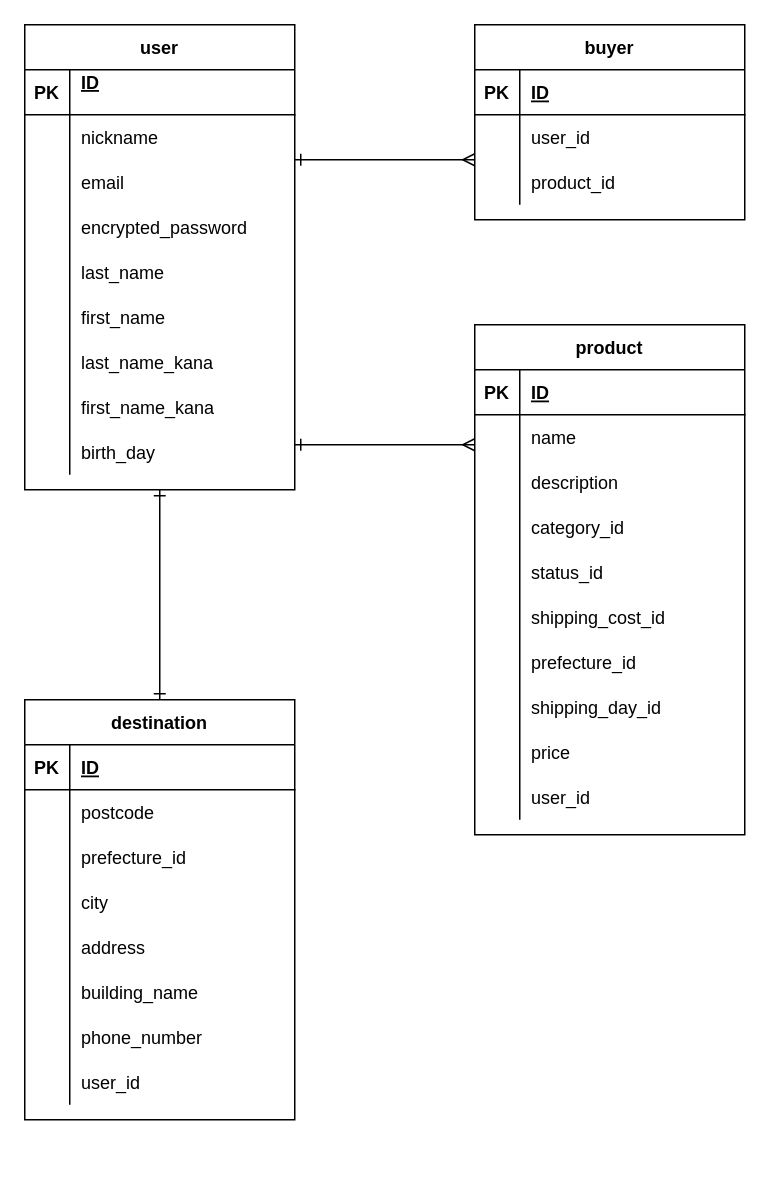
Before: app/furima.dio in grimstash420/furima-32864, a draw.io diagram. Source tidied: cells renumbered, new cells numbered last; positions are measured from the earlier drawing's top-left corner, leaving out a move shared by most shapes. Both pictures are drawn from the tidied source at 150%, with x=0, y=0 at pixel (24, 24).
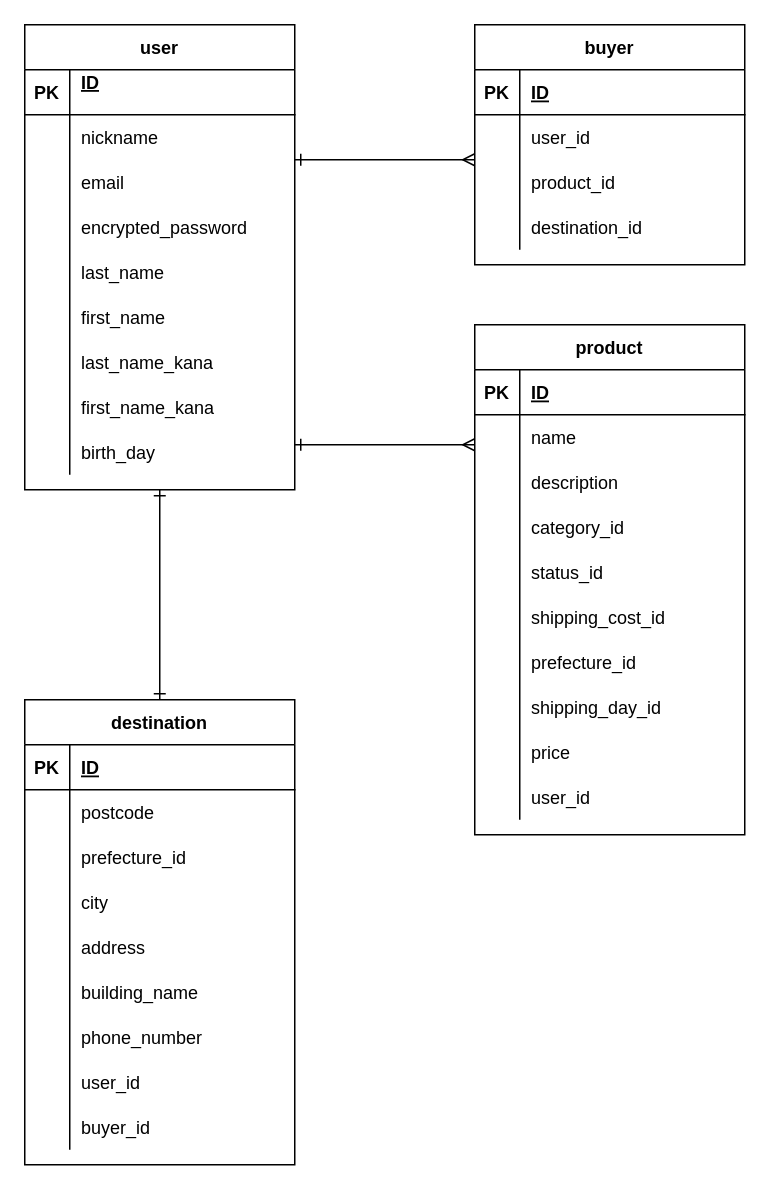
The same diagram, later.

Commit message (it also covers changes not shown here):
データベースの設計

Change to the diagram source:
```diff
@@
     <mxCell id="61" value="destination" style="shape=table;startSize=30;childLayout=tableLayout;rowLines=0;fontStyle=1;align=center;" parent="1" vertex="1">
-      <mxGeometry y="450" width="180" height="280" as="geometry" />
+      <mxGeometry y="450" width="180" height="310" as="geometry" />
     </mxCell>
@@
+    <mxCell id="99" style="shape=partialRectangle;fillColor=none;top=0;left=0;bottom=0;right=0;" parent="61" vertex="1">
+      <mxGeometry y="270" width="180" height="30" as="geometry" />
+    </mxCell>
+    <mxCell id="100" style="shape=partialRectangle;fillColor=none;top=0;left=0;bottom=0;right=0;overflow=hidden;" parent="99" vertex="1">
+      <mxGeometry width="30" height="30" as="geometry" />
+    </mxCell>
+    <mxCell id="101" value="buyer_id" style="shape=partialRectangle;fillColor=none;top=0;left=0;bottom=0;right=0;align=left;spacingLeft=6;overflow=hidden;" parent="99" vertex="1">
+      <mxGeometry x="30" width="150" height="30" as="geometry" />
+    </mxCell>
@@
     <mxCell id="87" value="buyer" style="shape=table;startSize=30;childLayout=tableLayout;rowLines=0;fontStyle=1;align=center;" parent="1" vertex="1">
-      <mxGeometry x="300" width="180" height="130" as="geometry" />
+      <mxGeometry x="300" width="180" height="160" as="geometry" />
     </mxCell>
@@
+    <mxCell id="102" style="shape=partialRectangle;fillColor=none;top=0;left=0;bottom=0;right=0;" parent="87" vertex="1">
+      <mxGeometry y="120" width="180" height="30" as="geometry" />
+    </mxCell>
+    <mxCell id="103" style="shape=partialRectangle;fillColor=none;top=0;left=0;bottom=0;right=0;overflow=hidden;" parent="102" vertex="1">
+      <mxGeometry width="30" height="30" as="geometry" />
+    </mxCell>
+    <mxCell id="104" value="destination_id" style="shape=partialRectangle;fillColor=none;top=0;left=0;bottom=0;right=0;align=left;spacingLeft=6;overflow=hidden;" parent="102" vertex="1">
+      <mxGeometry x="30" width="150" height="30" as="geometry" />
+    </mxCell>
```
